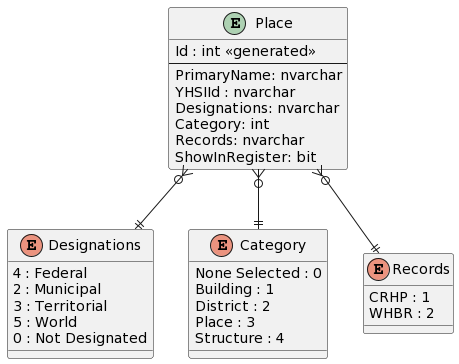
Earlier version of the PlantUML export Design/change-tracking-and-approvals-data-modeling.png (ytgov/yhsi). Source of this version:
```plantuml
@startuml
entity "Place" as place {
  Id : int <<generated>>
  --
  PrimaryName: nvarchar
  YHSIId : nvarchar
  Designations: nvarchar
  Category: int
  Records: nvarchar
  ShowInRegister: bit
}

enum "Designations" as designations {
  4 : Federal
  2 : Municipal
  3 : Territorial
  5 : World
  0 : Not Designated
}

enum "Category" as category {
  None Selected : 0
  Building : 1
  District : 2
  Place : 3
  Structure : 4
}

enum "Records" as records {
  CRHP : 1
  WHBR : 2
}

place }o--|| designations
place }o--|| category
place }o--|| records
@enduml
```
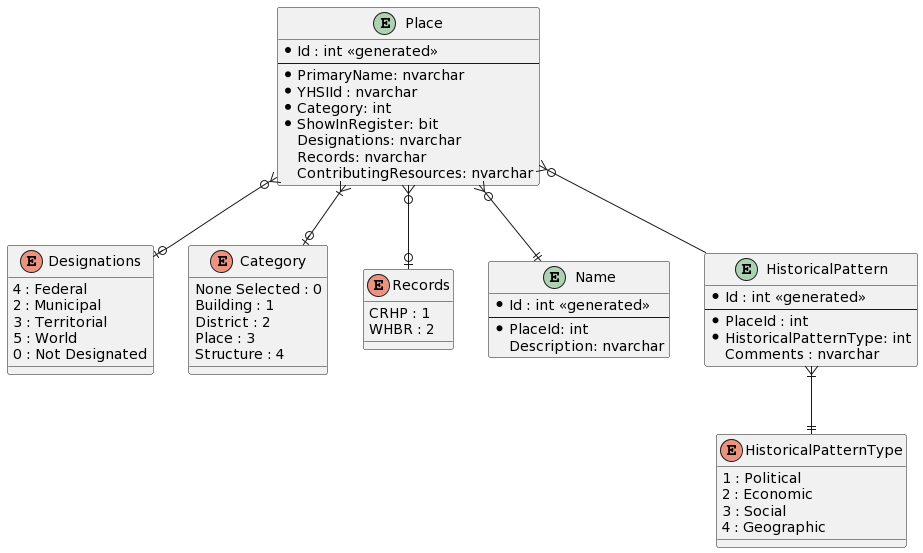
Above is the later version.

Commit message:
:sparkles: Add historical patterns to place ERD.

Change to the diagram source:
```diff
@@ -1,13 +1,14 @@
 @startuml
 entity "Place" as place {
-  Id : int <<generated>>
+  * Id : int <<generated>>
   --
-  PrimaryName: nvarchar
-  YHSIId : nvarchar
+  * PrimaryName: nvarchar
+  * YHSIId : nvarchar
+  * Category: int
+  * ShowInRegister: bit
   Designations: nvarchar
-  Category: int
   Records: nvarchar
-  ShowInRegister: bit
+  ContributingResources: nvarchar
 }
 
 enum "Designations" as designations {
@@ -31,7 +32,32 @@
   WHBR : 2
 }
 
-place }o--|| designations
-place }o--|| category
-place }o--|| records
+entity "Name" as name {
+  * Id : int <<generated>>
+  --
+  * PlaceId: int
+  Description: nvarchar
+}
+
+entity "HistoricalPattern" as historical_pattern {
+  * Id : int <<generated>>
+  --
+  * PlaceId : int
+  * HistoricalPatternType: int
+  Comments : nvarchar
+}
+
+enum "HistoricalPatternType" as historical_pattern_type {
+  1 : Political
+  2 : Economic
+  3 : Social
+  4 : Geographic
+}
+
+place }o--o| designations
+place }|--o| category
+place }o--o| records
+place }o--|| name
+place }o--historical_pattern
+historical_pattern }|--|| historical_pattern_type
 @enduml
```
